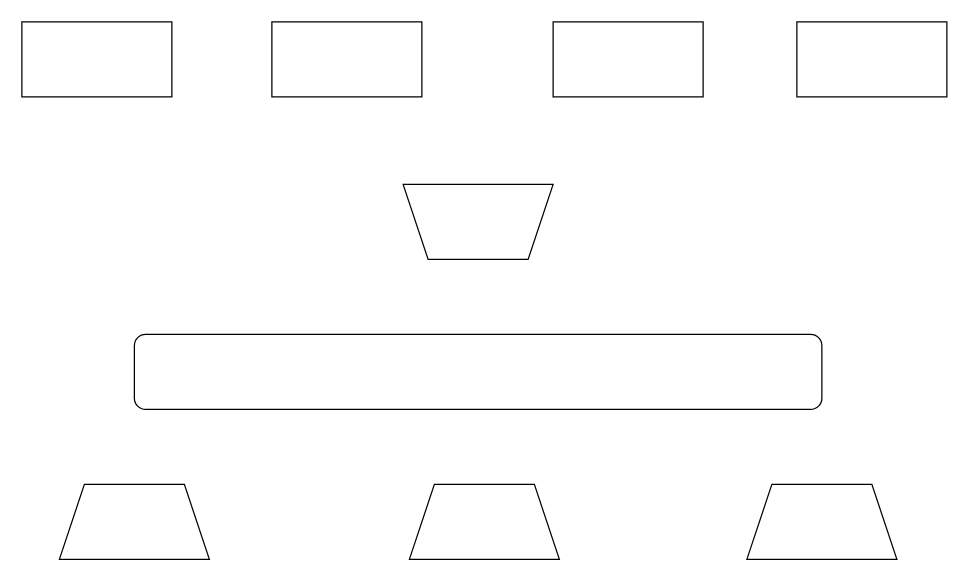
This is Untitled Diagram.drawio from paoxiaokeng/GitKnowledge, a draw.io file, before an edit. Source tidied: cells renumbered, new cells numbered last; positions are measured from the earlier drawing's top-left corner, leaving out a move shared by most shapes. Both pictures are drawn from the tidied source at 125%, with x=0, y=0 at pixel (21, 21).
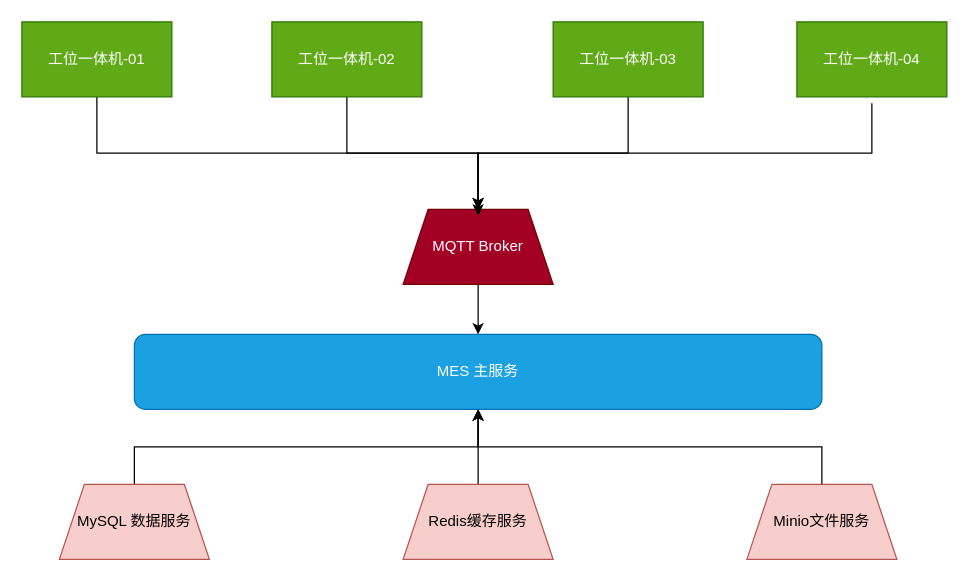
The same diagram, later.

Change to the diagram source:
```diff
@@
-    <mxCell id="2" style="rounded=1;whiteSpace=wrap;html=1;" parent="1" vertex="1">
+    <mxCell id="2" value="MES 主服务" style="rounded=1;whiteSpace=wrap;html=1;fillColor=#1ba1e2;fontColor=#ffffff;strokeColor=#006EAF;" parent="1" vertex="1">
       <mxGeometry x="90" y="250" width="550" height="60" as="geometry" />
     </mxCell>
+    <mxCell id="11" style="edgeStyle=orthogonalEdgeStyle;rounded=0;jettySize=auto;html=1;" parent="1" edge="1" source="3" target="2">
+      <mxGeometry relative="1" as="geometry" />
+    </mxCell>
-    <mxCell id="3" style="shape=trapezoid;perimeter=trapezoidPerimeter;whiteSpace=wrap;html=1;fixedSize=1;" parent="1" vertex="1">
+    <mxCell id="3" value="MySQL 数据服务" style="shape=trapezoid;perimeter=trapezoidPerimeter;whiteSpace=wrap;html=1;fixedSize=1;fillColor=#f8cecc;strokeColor=#b85450;" parent="1" vertex="1">
       <mxGeometry x="30" y="370" width="120" height="60" as="geometry" />
     </mxCell>
+    <mxCell id="12" style="edgeStyle=orthogonalEdgeStyle;rounded=0;jettySize=auto;html=1;entryX=0.5;entryY=0;entryDx=0;entryDy=0;" parent="1" edge="1" source="4" target="2">
+      <mxGeometry relative="1" as="geometry" />
+    </mxCell>
-    <mxCell id="4" style="shape=trapezoid;perimeter=trapezoidPerimeter;whiteSpace=wrap;html=1;fixedSize=1;rotation=-180;" parent="1" vertex="1">
-      <mxGeometry x="305" y="130" width="120" height="60" as="geometry" />
+    <mxCell id="4" value="MQTT Broker" style="shape=trapezoid;perimeter=trapezoidPerimeter;whiteSpace=wrap;html=1;fixedSize=1;rotation=0;fillColor=#a20025;strokeColor=#6F0000;fontColor=#ffffff;" parent="1" vertex="1">
+      <mxGeometry x="305" y="150" width="120" height="60" as="geometry" />
     </mxCell>
+    <mxCell id="13" style="edgeStyle=orthogonalEdgeStyle;rounded=0;jettySize=auto;html=1;entryX=0.5;entryY=1;entryDx=0;entryDy=0;" parent="1" edge="1" source="5" target="2">
+      <mxGeometry relative="1" as="geometry" />
+    </mxCell>
-    <mxCell id="5" style="shape=trapezoid;perimeter=trapezoidPerimeter;whiteSpace=wrap;html=1;fixedSize=1;" parent="1" vertex="1">
-      <mxGeometry x="310" y="370" width="120" height="60" as="geometry" />
+    <mxCell id="5" value="Redis缓存服务" style="shape=trapezoid;perimeter=trapezoidPerimeter;whiteSpace=wrap;html=1;fixedSize=1;fillColor=#f8cecc;strokeColor=#b85450;" parent="1" vertex="1">
+      <mxGeometry x="305" y="370" width="120" height="60" as="geometry" />
     </mxCell>
+    <mxCell id="14" style="edgeStyle=orthogonalEdgeStyle;rounded=0;jettySize=auto;html=1;entryX=0.5;entryY=1;entryDx=0;entryDy=0;" parent="1" edge="1" source="6" target="2">
+      <mxGeometry relative="1" as="geometry" />
+    </mxCell>
-    <mxCell id="6" style="shape=trapezoid;perimeter=trapezoidPerimeter;whiteSpace=wrap;html=1;fixedSize=1;" parent="1" vertex="1">
+    <mxCell id="6" value="Minio文件服务" style="shape=trapezoid;perimeter=trapezoidPerimeter;whiteSpace=wrap;html=1;fixedSize=1;fillColor=#f8cecc;strokeColor=#b85450;" parent="1" vertex="1">
       <mxGeometry x="580" y="370" width="120" height="60" as="geometry" />
     </mxCell>
+    <mxCell id="15" style="edgeStyle=orthogonalEdgeStyle;rounded=0;jettySize=auto;html=1;exitX=0.5;exitY=1;exitDx=0;exitDy=0;entryX=0.5;entryY=0;entryDx=0;entryDy=0;" parent="1" edge="1" source="7" target="4">
+      <mxGeometry relative="1" as="geometry" />
+    </mxCell>
-    <mxCell id="7" style="rounded=0;whiteSpace=wrap;html=1;" parent="1" vertex="1">
+    <mxCell id="7" value="工位一体机-01" style="rounded=0;whiteSpace=wrap;html=1;fillColor=#60a917;fontColor=#ffffff;strokeColor=#2D7600;" parent="1" vertex="1">
       <mxGeometry width="120" height="60" as="geometry" />
     </mxCell>
+    <mxCell id="16" style="edgeStyle=orthogonalEdgeStyle;rounded=0;jettySize=auto;html=1;exitX=0.5;exitY=1;exitDx=0;exitDy=0;entryX=0.5;entryY=0;entryDx=0;entryDy=0;" parent="1" edge="1" source="8" target="4">
+      <mxGeometry relative="1" as="geometry" />
+    </mxCell>
-    <mxCell id="8" style="rounded=0;whiteSpace=wrap;html=1;" parent="1" vertex="1">
+    <mxCell id="8" value="工位一体机-02" style="rounded=0;whiteSpace=wrap;html=1;fillColor=#60a917;fontColor=#ffffff;strokeColor=#2D7600;" parent="1" vertex="1">
       <mxGeometry x="200" width="120" height="60" as="geometry" />
     </mxCell>
+    <mxCell id="17" style="edgeStyle=orthogonalEdgeStyle;rounded=0;jettySize=auto;html=1;entryX=0.5;entryY=0;entryDx=0;entryDy=0;" parent="1" edge="1" source="9" target="4">
+      <mxGeometry relative="1" as="geometry" />
+    </mxCell>
-    <mxCell id="9" style="rounded=0;whiteSpace=wrap;html=1;" parent="1" vertex="1">
+    <mxCell id="9" value="工位一体机-03" style="rounded=0;whiteSpace=wrap;html=1;fillColor=#60a917;fontColor=#ffffff;strokeColor=#2D7600;" parent="1" vertex="1">
       <mxGeometry x="425" width="120" height="60" as="geometry" />
     </mxCell>
+    <mxCell id="18" style="edgeStyle=orthogonalEdgeStyle;rounded=0;orthogonalLoop=1;jettySize=auto;html=1;entryX=0.5;entryY=0;entryDx=0;entryDy=0;" parent="1" edge="1">
+      <mxGeometry relative="1" as="geometry">
+        <mxPoint x="680" y="65" as="sourcePoint" />
+        <mxPoint x="365" y="155" as="targetPoint" />
+        <Array as="points">
+          <mxPoint x="680" y="105" />
+          <mxPoint x="365" y="105" />
+        </Array>
+      </mxGeometry>
+    </mxCell>
-    <mxCell id="10" style="rounded=0;whiteSpace=wrap;html=1;" parent="1" vertex="1">
+    <mxCell id="10" value="工位一体机-04" style="rounded=0;whiteSpace=wrap;html=1;fillColor=#60a917;fontColor=#ffffff;strokeColor=#2D7600;" parent="1" vertex="1">
       <mxGeometry x="620" width="120" height="60" as="geometry" />
     </mxCell>
```
